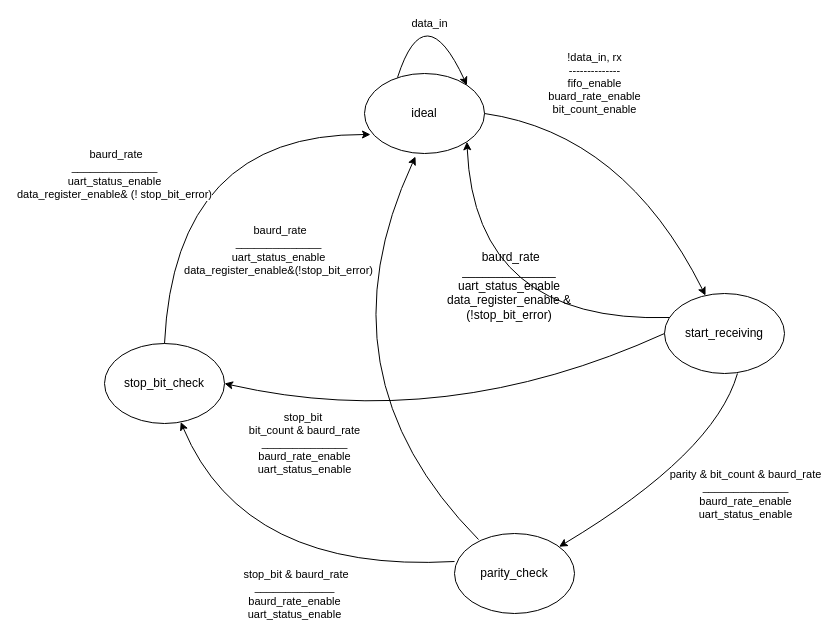
This is page "controller" (2 of 2) of uart/docs/UART_RX.drawio from MuhammadBoota09299/Computer_Architecture_Lab, a draw.io file, before an edit. Source tidied: cells renumbered, new cells numbered last; positions are measured from the earlier drawing's top-left corner, leaving out a move shared by most shapes. Both pictures are drawn from the tidied source at 100%, with x=0, y=0 at pixel (104, -7).
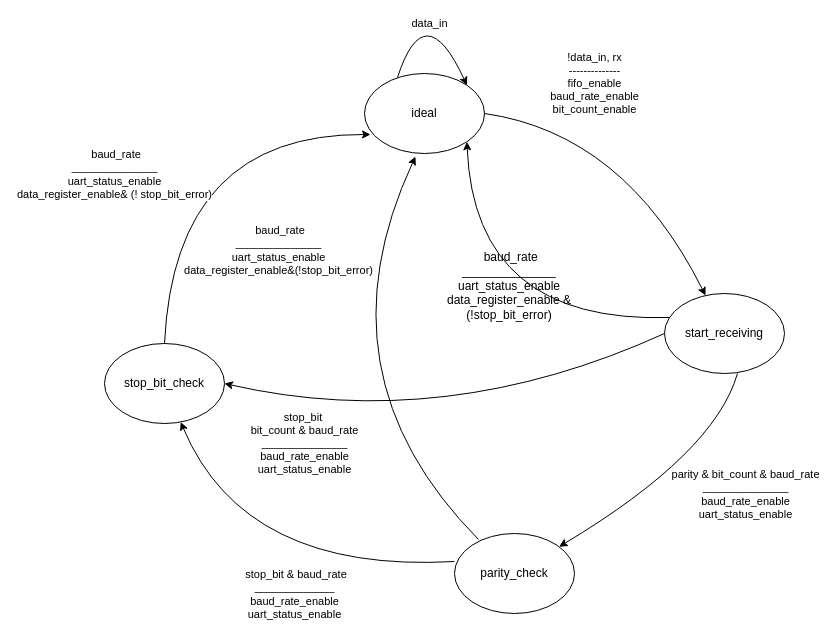
After the change.

Unchanged cells that the change refers to:
```xml
<mxCell id="3" style="endArrow=classic;html=1;rounded=0;exitX=1;exitY=0.5;exitDx=0;exitDy=0;curved=1;" parent="1" edge="1" source="2" target="5">
  <mxGeometry relative="1" as="geometry">
    <Array as="points">
      <mxPoint x="520" y="140" />
    </Array>
  </mxGeometry>
</mxCell>
<mxCell id="6" style="endArrow=classic;html=1;rounded=0;exitX=0.608;exitY=1;exitDx=0;exitDy=0;exitPerimeter=0;curved=1;" parent="1" edge="1" source="5" target="8">
  <mxGeometry relative="1" as="geometry">
    <Array as="points">
      <mxPoint x="610" y="460" />
    </Array>
  </mxGeometry>
</mxCell>
<mxCell id="9" style="endArrow=classic;html=1;rounded=0;exitX=0;exitY=0.35;exitDx=0;exitDy=0;exitPerimeter=0;curved=1;" parent="1" edge="1" source="8" target="11">
  <mxGeometry relative="1" as="geometry">
    <Array as="points">
      <mxPoint x="140" y="580" />
    </Array>
  </mxGeometry>
</mxCell>
<mxCell id="12" style="endArrow=classic;html=1;rounded=0;exitX=0.5;exitY=0;exitDx=0;exitDy=0;entryX=0.05;entryY=0.763;entryDx=0;entryDy=0;entryPerimeter=0;curved=1;" parent="1" edge="1" source="11" target="2">
  <mxGeometry relative="1" as="geometry">
    <Array as="points">
      <mxPoint x="70" y="140" />
    </Array>
  </mxGeometry>
</mxCell>
<mxCell id="14" style="endArrow=classic;html=1;rounded=0;exitX=0;exitY=0.5;exitDx=0;exitDy=0;entryX=1;entryY=0.5;entryDx=0;entryDy=0;curved=1;" parent="1" edge="1" source="5" target="11">
  <mxGeometry relative="1" as="geometry">
    <Array as="points">
      <mxPoint x="340" y="440" />
    </Array>
  </mxGeometry>
</mxCell>
```

What changed in the source:
```diff
@@
-    <mxCell id="4" value="!data_in, rx&lt;br&gt;--------------&lt;br&gt;fifo_enable&lt;br&gt;buard_rate_enable&lt;br&gt;bit_count_enable" style="edgeLabel;html=1;align=center;verticalAlign=middle;" parent="3" vertex="1">
+    <mxCell id="4" value="!data_in, rx&lt;br&gt;--------------&lt;br&gt;fifo_enable&lt;br&gt;baud_rate_enable&lt;br&gt;bit_count_enable" style="edgeLabel;html=1;align=center;verticalAlign=middle;" parent="3" vertex="1">
       <mxGeometry x="-0.53" y="-12" relative="1" as="geometry">
         <mxPoint x="36" y="-53" as="offset" />
       </mxGeometry>
     </mxCell>
@@
-    <mxCell id="7" value="parity &amp;amp; bit_count &amp;amp; baurd_rate&lt;br&gt;______________&lt;div&gt;baurd_rate_enable&lt;br&gt;uart_status_enable&lt;/div&gt;" style="edgeLabel;html=1;align=center;verticalAlign=middle;" parent="6" vertex="1">
+    <mxCell id="7" value="parity &amp;amp; bit_count &amp;amp; baud_rate&lt;br&gt;______________&lt;div&gt;baud_rate_enable&lt;br&gt;uart_status_enable&lt;/div&gt;" style="edgeLabel;html=1;align=center;verticalAlign=middle;" parent="6" vertex="1">
       <mxGeometry x="-0.1" y="-14" relative="1" as="geometry">
         <mxPoint x="68" y="34" as="offset" />
       </mxGeometry>
     </mxCell>
@@
-    <mxCell id="10" value="&amp;nbsp;stop_bit &amp;amp; baurd_rate&lt;br&gt;_____________&lt;div&gt;baurd_rate_enable&lt;br&gt;uart_status_enable&lt;/div&gt;" style="edgeLabel;html=1;align=center;verticalAlign=middle;" parent="9" vertex="1">
+    <mxCell id="10" value="&amp;nbsp;stop_bit &amp;amp; baud_rate&lt;br&gt;_____________&lt;div&gt;baud_rate_enable&lt;br&gt;uart_status_enable&lt;/div&gt;" style="edgeLabel;html=1;align=center;verticalAlign=middle;" parent="9" vertex="1">
       <mxGeometry x="-0.34" y="-16" relative="1" as="geometry">
         <mxPoint x="-36" y="41" as="offset" />
       </mxGeometry>
     </mxCell>
@@
-    <mxCell id="13" value="&amp;nbsp;baurd_rate&lt;br&gt;______________&lt;div&gt;uart_status_enable&lt;/div&gt;&lt;div&gt;data_register_enable&amp;amp; (!&amp;nbsp;&lt;span style=&quot;background-color: light-dark(#ffffff, var(--ge-dark-color, #121212)); color: light-dark(rgb(0, 0, 0), rgb(255, 255, 255));&quot;&gt;stop_bit_error)&lt;/span&gt;&lt;/div&gt;" style="edgeLabel;html=1;align=center;verticalAlign=middle;" parent="12" vertex="1">
+    <mxCell id="13" value="&amp;nbsp;baud_rate&lt;br&gt;______________&lt;div&gt;uart_status_enable&lt;/div&gt;&lt;div&gt;data_register_enable&amp;amp; (!&amp;nbsp;&lt;span style=&quot;background-color: light-dark(#ffffff, var(--ge-dark-color, #121212)); color: light-dark(rgb(0, 0, 0), rgb(255, 255, 255));&quot;&gt;stop_bit_error)&lt;/span&gt;&lt;/div&gt;" style="edgeLabel;html=1;align=center;verticalAlign=middle;" parent="12" vertex="1">
       <mxGeometry x="-0.31" y="-34" relative="1" as="geometry">
         <mxPoint x="-91" y="-31" as="offset" />
       </mxGeometry>
     </mxCell>
@@
-    <mxCell id="15" value="stop_bit&amp;nbsp;&lt;br&gt;bit_count &amp;amp; baurd_rate&lt;br&gt;______________&lt;div&gt;baurd_rate_enable&lt;br&gt;uart_status_enable&lt;/div&gt;" style="edgeLabel;html=1;align=center;verticalAlign=middle;" parent="14" vertex="1">
+    <mxCell id="15" value="stop_bit&amp;nbsp;&lt;br&gt;bit_count &amp;amp; baud_rate&lt;br&gt;______________&lt;div&gt;baud_rate_enable&lt;br&gt;uart_status_enable&lt;/div&gt;" style="edgeLabel;html=1;align=center;verticalAlign=middle;" parent="14" vertex="1">
       <mxGeometry x="0.41" y="-12" relative="1" as="geometry">
         <mxPoint x="-58" y="41" as="offset" />
       </mxGeometry>
     </mxCell>
@@
-    <mxCell id="19" value="&amp;nbsp;baurd_rate&lt;br&gt;______________&lt;div&gt;uart_status_enable&lt;/div&gt;&lt;div&gt;data_register_enable&amp;amp;(!&lt;span style=&quot;color: light-dark(rgb(0, 0, 0), rgb(255, 255, 255));&quot;&gt;stop_bit_error)&lt;/span&gt;&lt;/div&gt;" style="edgeLabel;html=1;align=center;verticalAlign=middle;labelBackgroundColor=none;" parent="1" vertex="1">
+    <mxCell id="19" value="&amp;nbsp;baud_rate&lt;br&gt;______________&lt;div&gt;uart_status_enable&lt;/div&gt;&lt;div&gt;data_register_enable&amp;amp;(!&lt;span style=&quot;color: light-dark(rgb(0, 0, 0), rgb(255, 255, 255));&quot;&gt;stop_bit_error)&lt;/span&gt;&lt;/div&gt;" style="edgeLabel;html=1;align=center;verticalAlign=middle;labelBackgroundColor=none;" parent="1" vertex="1">
       <mxGeometry x="170" y="280" as="geometry">
         <mxPoint x="3" y="-24" as="offset" />
       </mxGeometry>
     </mxCell>
@@
-    <mxCell id="21" value="&amp;nbsp;baurd_rate&lt;br&gt;______________&lt;br&gt;uart_status_enable&lt;br&gt;data_register_enable &amp;amp;(!stop_bit_error)" style="text;whiteSpace=wrap;align=center;html=1;" parent="1" vertex="1">
+    <mxCell id="21" value="&amp;nbsp;baud_rate&lt;br&gt;______________&lt;br&gt;uart_status_enable&lt;br&gt;data_register_enable &amp;amp;(!stop_bit_error)" style="text;whiteSpace=wrap;align=center;html=1;" parent="1" vertex="1">
       <mxGeometry x="310" y="250" width="190" height="90" as="geometry" />
     </mxCell>
```
